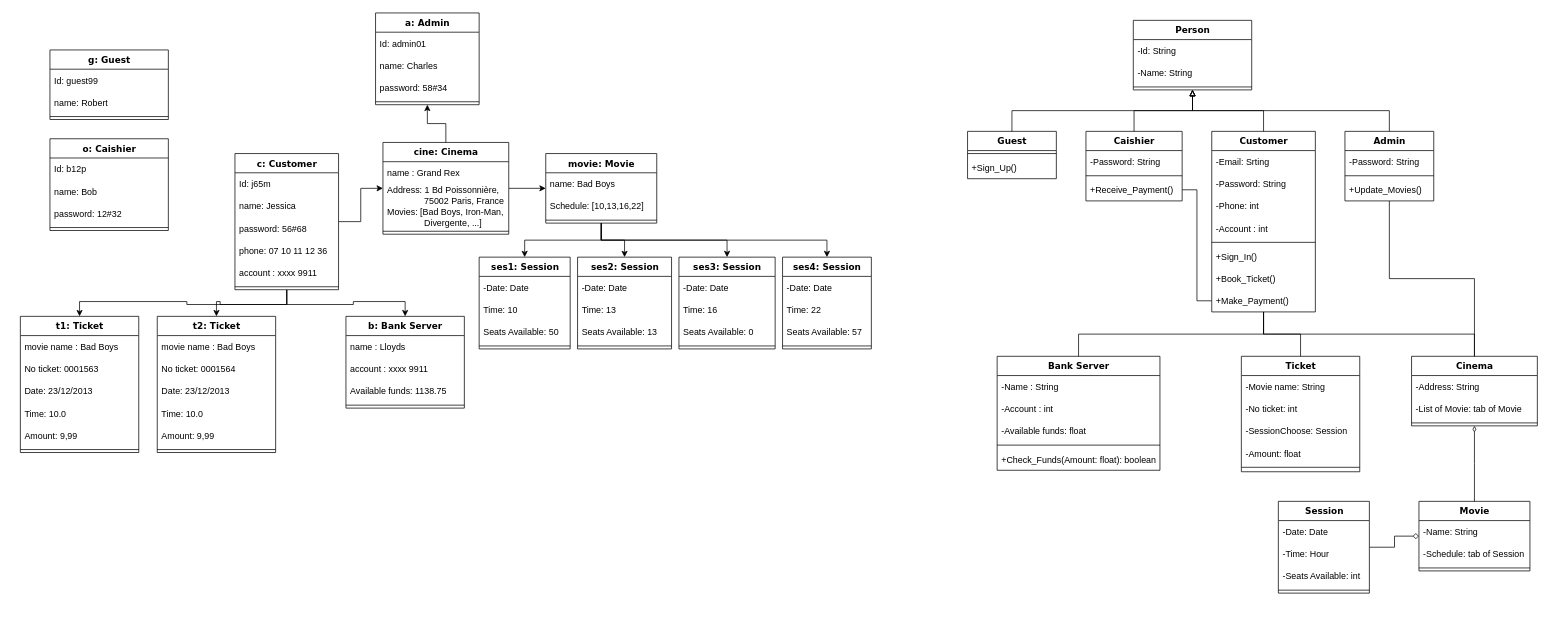
Before: Diagramme object Movie Ticket Booking System.drawio in Melydgt/Draw-io-UML-England, a draw.io diagram. Source tidied: cells renumbered, new cells numbered last; positions are measured from the earlier drawing's top-left corner, leaving out a move shared by most shapes. Both pictures are drawn from the tidied source at 74%, with x=0, y=0 at pixel (20, 13).
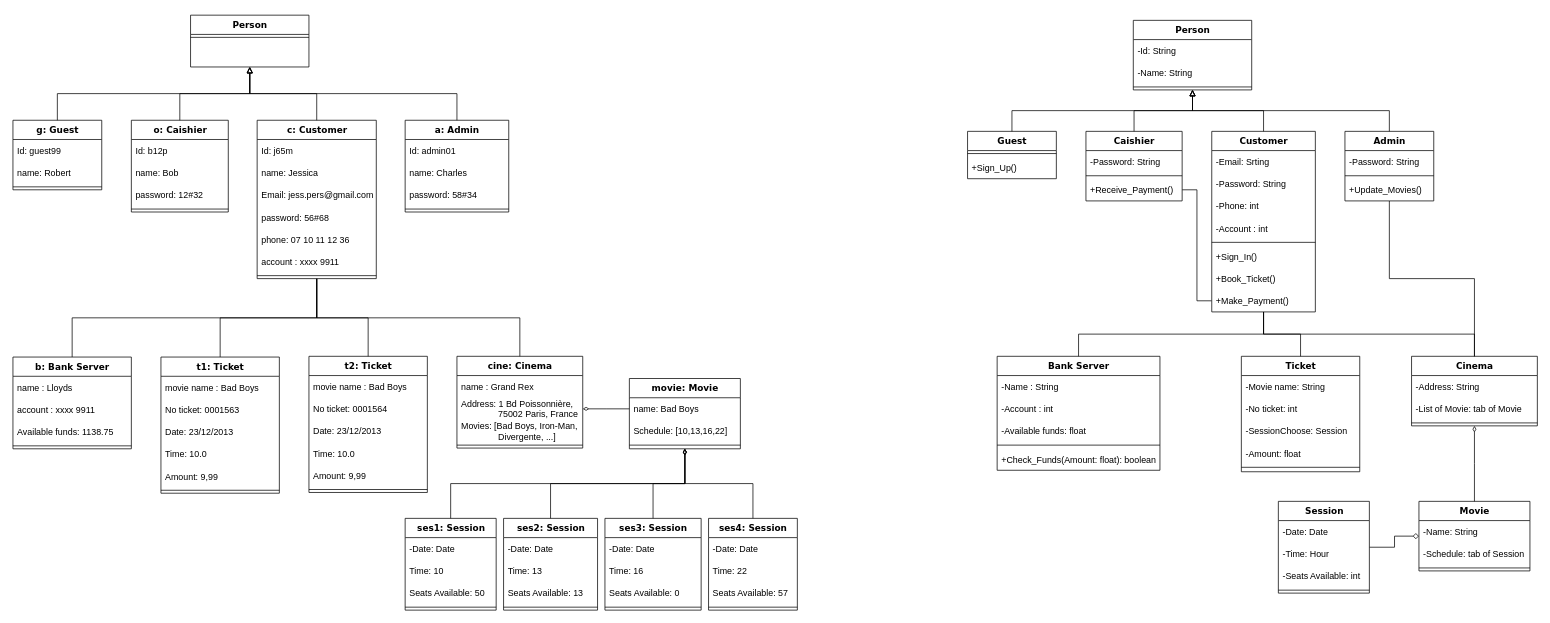
After the change.

Commit message (it also covers changes not shown here):
Mettre à jour Diagramme object Movie Ticket Booking System.drawio

Unchanged cells that the change refers to:
```xml
<mxCell id="36" value="Address: 1 Bd Poissonnière,&#10;               75002 Paris, France" style="text;strokeColor=none;fillColor=none;align=left;verticalAlign=middle;spacingLeft=4;spacingRight=4;overflow=hidden;points=[[0,0.5],[1,0.5]];portConstraint=eastwest;" parent="34" vertex="1">
  <mxGeometry y="56" width="170" height="30" as="geometry" />
</mxCell>
```

Diff of the diagram source:
```diff
@@
+    <mxCell id="141" style="edgeStyle=elbowEdgeStyle;rounded=0;jettySize=auto;elbow=vertical;html=1;endArrow=block;endFill=0;" parent="1" edge="1" source="6" target="146">
+      <mxGeometry relative="1" as="geometry" />
+    </mxCell>
+    <mxCell id="4" style="edgeStyle=elbowEdgeStyle;rounded=0;jettySize=auto;elbow=vertical;html=1;entryX=0.5;entryY=0;entryDx=0;entryDy=0;endArrow=none;endFill=0;" parent="1" edge="1" source="6" target="27">
+      <mxGeometry relative="1" as="geometry" />
+    </mxCell>
-    <mxCell id="2" style="edgeStyle=orthogonalEdgeStyle;rounded=0;jettySize=auto;html=1;exitX=0.5;exitY=1;exitDx=0;exitDy=0;" parent="1" edge="1" source="6" target="13">
+    <mxCell id="2" style="edgeStyle=elbowEdgeStyle;rounded=0;jettySize=auto;elbow=vertical;html=1;entryX=0.5;entryY=0;entryDx=0;entryDy=0;endArrow=none;endFill=0;" parent="1" edge="1" source="6" target="13">
       <mxGeometry relative="1" as="geometry" />
     </mxCell>
-    <mxCell id="3" style="edgeStyle=orthogonalEdgeStyle;rounded=0;jettySize=auto;html=1;exitX=0.5;exitY=1;exitDx=0;exitDy=0;entryX=0.5;entryY=0;entryDx=0;entryDy=0;" parent="1" edge="1" source="6" target="20">
+    <mxCell id="3" style="edgeStyle=elbowEdgeStyle;rounded=0;jettySize=auto;elbow=vertical;html=1;endArrow=none;endFill=0;" parent="1" edge="1" source="6" target="20">
       <mxGeometry relative="1" as="geometry" />
     </mxCell>
-    <mxCell id="4" style="edgeStyle=orthogonalEdgeStyle;rounded=0;jettySize=auto;html=1;exitX=0.5;exitY=1;exitDx=0;exitDy=0;entryX=0.5;entryY=0;entryDx=0;entryDy=0;" parent="1" edge="1" source="6" target="27">
-      <mxGeometry relative="1" as="geometry" />
-    </mxCell>
-    <mxCell id="5" style="edgeStyle=orthogonalEdgeStyle;rounded=0;jettySize=auto;html=1;exitX=1;exitY=0.5;exitDx=0;exitDy=0;entryX=0;entryY=0.5;entryDx=0;entryDy=0;" parent="1" edge="1" source="6" target="34">
+    <mxCell id="5" style="edgeStyle=elbowEdgeStyle;rounded=0;jettySize=auto;elbow=vertical;html=1;endArrow=none;endFill=0;" parent="1" edge="1" source="6" target="34">
       <mxGeometry relative="1" as="geometry" />
     </mxCell>
     <mxCell id="6" value="c: Customer" style="swimlane;html=1;fontStyle=1;align=center;verticalAlign=top;horizontal=1;startSize=26;swimlaneFillColor=#ffffff;rounded=0;shadow=0;comic=0;labelBackgroundColor=none;strokeWidth=1;fillColor=none;fontFamily=Verdana;fontSize=12;" parent="1" vertex="1">
-      <mxGeometry x="290" y="190" width="140" height="184" as="geometry" />
+      <mxGeometry x="320" y="145" width="161" height="214" as="geometry" />
     </mxCell>
     <mxCell id="7" value="Id: j65m" style="text;strokeColor=none;fillColor=none;align=left;verticalAlign=middle;spacingLeft=4;spacingRight=4;overflow=hidden;" parent="6" vertex="1">
-      <mxGeometry y="26" width="140" height="30" as="geometry" />
+      <mxGeometry y="26" width="161" height="30" as="geometry" />
     </mxCell>
     <mxCell id="8" value="name: Jessica" style="text;strokeColor=none;fillColor=none;align=left;verticalAlign=middle;spacingLeft=4;spacingRight=4;overflow=hidden;" parent="6" vertex="1">
-      <mxGeometry y="56" width="140" height="30" as="geometry" />
+      <mxGeometry y="56" width="161" height="30" as="geometry" />
     </mxCell>
+    <mxCell id="142" value="Email: jess.pers@gmail.com" style="text;strokeColor=none;fillColor=none;align=left;verticalAlign=middle;spacingLeft=4;spacingRight=4;overflow=hidden;" parent="6" vertex="1">
+      <mxGeometry y="86" width="161" height="30" as="geometry" />
+    </mxCell>
     <mxCell id="9" value="password: 56#68" style="text;strokeColor=none;fillColor=none;align=left;verticalAlign=middle;spacingLeft=4;spacingRight=4;overflow=hidden;" parent="6" vertex="1">
-      <mxGeometry y="86" width="140" height="30" as="geometry" />
+      <mxGeometry y="116" width="161" height="30" as="geometry" />
     </mxCell>
     <mxCell id="10" value="phone: 07 10 11 12 36" style="text;strokeColor=none;fillColor=none;align=left;verticalAlign=middle;spacingLeft=4;spacingRight=4;overflow=hidden;" parent="6" vertex="1">
-      <mxGeometry y="116" width="140" height="30" as="geometry" />
+      <mxGeometry y="146" width="161" height="30" as="geometry" />
     </mxCell>
     <mxCell id="11" value="account : xxxx 9911" style="text;strokeColor=none;fillColor=none;align=left;verticalAlign=middle;spacingLeft=4;spacingRight=4;overflow=hidden;" parent="6" vertex="1">
-      <mxGeometry y="146" width="140" height="30" as="geometry" />
+      <mxGeometry y="176" width="161" height="30" as="geometry" />
     </mxCell>
     <mxCell id="12" style="line;html=1;strokeWidth=1;fillColor=none;align=left;verticalAlign=middle;spacingTop=-1;spacingLeft=3;spacingRight=3;labelPosition=right;" parent="6" vertex="1">
-      <mxGeometry y="176" width="140" height="8" as="geometry" />
+      <mxGeometry y="206" width="161" height="8" as="geometry" />
     </mxCell>
     <mxCell id="13" value="t1: Ticket" style="swimlane;html=1;fontStyle=1;align=center;verticalAlign=top;horizontal=1;startSize=26;swimlaneFillColor=#ffffff;rounded=0;shadow=0;comic=0;labelBackgroundColor=none;strokeWidth=1;fillColor=none;fontFamily=Verdana;fontSize=12;" parent="1" vertex="1">
-      <mxGeometry y="410" width="160" height="184" as="geometry" />
+      <mxGeometry x="190" y="465" width="160" height="184" as="geometry" />
     </mxCell>
@@
     <mxCell id="20" value="t2: Ticket" style="swimlane;html=1;fontStyle=1;align=center;verticalAlign=top;horizontal=1;startSize=26;swimlaneFillColor=#ffffff;rounded=0;shadow=0;comic=0;labelBackgroundColor=none;strokeWidth=1;fillColor=none;fontFamily=Verdana;fontSize=12;" parent="1" vertex="1">
-      <mxGeometry x="185" y="410" width="160" height="184" as="geometry" />
+      <mxGeometry x="390" y="464" width="160" height="184" as="geometry" />
     </mxCell>
@@
     <mxCell id="27" value="b: Bank Server" style="swimlane;html=1;fontStyle=1;align=center;verticalAlign=top;horizontal=1;startSize=26;swimlaneFillColor=#ffffff;rounded=0;shadow=0;comic=0;labelBackgroundColor=none;strokeWidth=1;fillColor=none;fontFamily=Verdana;fontSize=12;" parent="1" vertex="1">
-      <mxGeometry x="440" y="410" width="160" height="124" as="geometry" />
+      <mxGeometry x="-10" y="465" width="160" height="124" as="geometry" />
     </mxCell>
@@
-    <mxCell id="32" style="edgeStyle=orthogonalEdgeStyle;rounded=0;jettySize=auto;html=1;exitX=1;exitY=0.5;exitDx=0;exitDy=0;entryX=0;entryY=0.5;entryDx=0;entryDy=0;" parent="1" edge="1" source="34" target="52">
-      <mxGeometry relative="1" as="geometry" />
-    </mxCell>
-    <mxCell id="33" style="edgeStyle=orthogonalEdgeStyle;rounded=0;jettySize=auto;html=1;exitX=0.5;exitY=0;exitDx=0;exitDy=0;entryX=0.5;entryY=1;entryDx=0;entryDy=0;" parent="1" edge="1" source="34" target="43">
-      <mxGeometry relative="1" as="geometry" />
-    </mxCell>
     <mxCell id="34" value="cine: Cinema" style="swimlane;html=1;fontStyle=1;align=center;verticalAlign=top;horizontal=1;startSize=26;swimlaneFillColor=#ffffff;rounded=0;shadow=0;comic=0;labelBackgroundColor=none;strokeWidth=1;fillColor=none;fontFamily=Verdana;fontSize=12;" parent="1" vertex="1">
-      <mxGeometry x="490" y="175" width="170" height="124" as="geometry" />
+      <mxGeometry x="590" y="464" width="170" height="124" as="geometry" />
     </mxCell>
@@
+    <mxCell id="143" style="edgeStyle=elbowEdgeStyle;rounded=0;jettySize=auto;elbow=vertical;html=1;endArrow=block;endFill=0;" parent="1" edge="1" source="39" target="146">
+      <mxGeometry relative="1" as="geometry" />
+    </mxCell>
     <mxCell id="39" value="g: Guest" style="swimlane;html=1;fontStyle=1;align=center;verticalAlign=top;horizontal=1;startSize=26;swimlaneFillColor=#ffffff;rounded=0;shadow=0;comic=0;labelBackgroundColor=none;strokeWidth=1;fillColor=none;fontFamily=Verdana;fontSize=12;" parent="1" vertex="1">
-      <mxGeometry x="40" y="50" width="160" height="94" as="geometry" />
+      <mxGeometry x="-10" y="145" width="120" height="94" as="geometry" />
     </mxCell>
     <mxCell id="40" value="Id: guest99" style="text;strokeColor=none;fillColor=none;align=left;verticalAlign=middle;spacingLeft=4;spacingRight=4;overflow=hidden;" parent="39" vertex="1">
-      <mxGeometry y="26" width="160" height="30" as="geometry" />
+      <mxGeometry y="26" width="120" height="30" as="geometry" />
     </mxCell>
     <mxCell id="41" value="name: Robert" style="text;strokeColor=none;fillColor=none;align=left;verticalAlign=middle;spacingLeft=4;spacingRight=4;overflow=hidden;" parent="39" vertex="1">
-      <mxGeometry y="56" width="160" height="30" as="geometry" />
+      <mxGeometry y="56" width="120" height="30" as="geometry" />
     </mxCell>
     <mxCell id="42" style="line;html=1;strokeWidth=1;fillColor=none;align=left;verticalAlign=middle;spacingTop=-1;spacingLeft=3;spacingRight=3;labelPosition=right;" parent="39" vertex="1">
-      <mxGeometry y="86" width="160" height="8" as="geometry" />
+      <mxGeometry y="86" width="120" height="8" as="geometry" />
     </mxCell>
+    <mxCell id="144" style="edgeStyle=elbowEdgeStyle;rounded=0;jettySize=auto;elbow=vertical;html=1;endArrow=block;endFill=0;" parent="1" edge="1" source="43" target="146">
+      <mxGeometry relative="1" as="geometry" />
+    </mxCell>
     <mxCell id="43" value="a: Admin" style="swimlane;html=1;fontStyle=1;align=center;verticalAlign=top;horizontal=1;startSize=26;swimlaneFillColor=#ffffff;rounded=0;shadow=0;comic=0;labelBackgroundColor=none;strokeWidth=1;fillColor=none;fontFamily=Verdana;fontSize=12;" parent="1" vertex="1">
-      <mxGeometry x="480" width="140" height="124" as="geometry" />
+      <mxGeometry x="520" y="145" width="140" height="124" as="geometry" />
     </mxCell>
@@
-    <mxCell id="48" style="edgeStyle=orthogonalEdgeStyle;rounded=0;jettySize=auto;html=1;" parent="1" edge="1" source="52" target="56">
+    <mxCell id="48" style="edgeStyle=elbowEdgeStyle;rounded=0;jettySize=auto;elbow=vertical;html=1;startArrow=diamondThin;startFill=0;endArrow=none;endFill=0;" parent="1" edge="1" source="52" target="56">
       <mxGeometry relative="1" as="geometry" />
     </mxCell>
-    <mxCell id="49" style="edgeStyle=orthogonalEdgeStyle;rounded=0;jettySize=auto;html=1;exitX=0.5;exitY=1;exitDx=0;exitDy=0;" parent="1" edge="1" source="52" target="66">
+    <mxCell id="49" style="edgeStyle=elbowEdgeStyle;rounded=0;jettySize=auto;elbow=vertical;html=1;startArrow=diamondThin;startFill=0;endArrow=none;endFill=0;" parent="1" edge="1" source="52" target="66">
       <mxGeometry relative="1" as="geometry" />
     </mxCell>
-    <mxCell id="50" style="edgeStyle=orthogonalEdgeStyle;rounded=0;jettySize=auto;html=1;exitX=0.5;exitY=1;exitDx=0;exitDy=0;" parent="1" edge="1" source="52" target="71">
+    <mxCell id="50" style="edgeStyle=elbowEdgeStyle;rounded=0;jettySize=auto;elbow=vertical;html=1;startArrow=diamondThin;startFill=0;endArrow=none;endFill=0;" parent="1" edge="1" source="52" target="71">
       <mxGeometry relative="1" as="geometry" />
     </mxCell>
-    <mxCell id="51" style="edgeStyle=orthogonalEdgeStyle;rounded=0;jettySize=auto;html=1;exitX=0.5;exitY=1;exitDx=0;exitDy=0;entryX=0.5;entryY=0;entryDx=0;entryDy=0;" parent="1" edge="1" source="52" target="76">
-      <mxGeometry relative="1" as="geometry" />
-    </mxCell>
     <mxCell id="52" value="movie: Movie" style="swimlane;html=1;fontStyle=1;align=center;verticalAlign=top;horizontal=1;startSize=26;swimlaneFillColor=#ffffff;rounded=0;shadow=0;comic=0;labelBackgroundColor=none;strokeWidth=1;fillColor=none;fontFamily=Verdana;fontSize=12;" parent="1" vertex="1">
-      <mxGeometry x="710" y="190" width="150" height="94" as="geometry" />
+      <mxGeometry x="823" y="494" width="150" height="95" as="geometry" />
     </mxCell>
@@
     <mxCell id="56" value="ses1: Session" style="swimlane;html=1;fontStyle=1;align=center;verticalAlign=top;horizontal=1;startSize=26;swimlaneFillColor=#ffffff;rounded=0;shadow=0;comic=0;labelBackgroundColor=none;strokeWidth=1;fillColor=none;fontFamily=Verdana;fontSize=12;" parent="1" vertex="1">
-      <mxGeometry x="620" y="330" width="123" height="124" as="geometry" />
+      <mxGeometry x="520" y="683" width="123" height="124" as="geometry" />
     </mxCell>
@@
+    <mxCell id="145" style="edgeStyle=elbowEdgeStyle;rounded=0;jettySize=auto;elbow=vertical;html=1;endArrow=block;endFill=0;" parent="1" edge="1" source="61" target="146">
+      <mxGeometry relative="1" as="geometry" />
+    </mxCell>
     <mxCell id="61" value="o: Caishier" style="swimlane;html=1;fontStyle=1;align=center;verticalAlign=top;horizontal=1;startSize=26;swimlaneFillColor=#ffffff;rounded=0;shadow=0;comic=0;labelBackgroundColor=none;strokeWidth=1;fillColor=none;fontFamily=Verdana;fontSize=12;" parent="1" vertex="1">
-      <mxGeometry x="40" y="170" width="160" height="124" as="geometry" />
+      <mxGeometry x="150" y="145" width="131" height="124" as="geometry" />
     </mxCell>
     <mxCell id="62" value="Id: b12p" style="text;strokeColor=none;fillColor=none;align=left;verticalAlign=middle;spacingLeft=4;spacingRight=4;overflow=hidden;" parent="61" vertex="1">
-      <mxGeometry y="26" width="160" height="30" as="geometry" />
+      <mxGeometry y="26" width="131" height="30" as="geometry" />
     </mxCell>
     <mxCell id="63" value="name: Bob" style="text;strokeColor=none;fillColor=none;align=left;verticalAlign=middle;spacingLeft=4;spacingRight=4;overflow=hidden;" parent="61" vertex="1">
-      <mxGeometry y="56" width="160" height="30" as="geometry" />
+      <mxGeometry y="56" width="131" height="30" as="geometry" />
     </mxCell>
     <mxCell id="64" value="password: 12#32" style="text;strokeColor=none;fillColor=none;align=left;verticalAlign=middle;spacingLeft=4;spacingRight=4;overflow=hidden;" parent="61" vertex="1">
-      <mxGeometry y="86" width="160" height="30" as="geometry" />
+      <mxGeometry y="86" width="131" height="30" as="geometry" />
     </mxCell>
     <mxCell id="65" style="line;html=1;strokeWidth=1;fillColor=none;align=left;verticalAlign=middle;spacingTop=-1;spacingLeft=3;spacingRight=3;labelPosition=right;" parent="61" vertex="1">
-      <mxGeometry y="116" width="160" height="8" as="geometry" />
+      <mxGeometry y="116" width="131" height="8" as="geometry" />
     </mxCell>
     <mxCell id="66" value="ses2: Session" style="swimlane;html=1;fontStyle=1;align=center;verticalAlign=top;horizontal=1;startSize=26;swimlaneFillColor=#ffffff;rounded=0;shadow=0;comic=0;labelBackgroundColor=none;strokeWidth=1;fillColor=none;fontFamily=Verdana;fontSize=12;" parent="1" vertex="1">
-      <mxGeometry x="753" y="330" width="127" height="124" as="geometry" />
+      <mxGeometry x="653" y="683" width="127" height="124" as="geometry" />
     </mxCell>
@@
     <mxCell id="71" value="ses3: Session" style="swimlane;html=1;fontStyle=1;align=center;verticalAlign=top;horizontal=1;startSize=26;swimlaneFillColor=#ffffff;rounded=0;shadow=0;comic=0;labelBackgroundColor=none;strokeWidth=1;fillColor=none;fontFamily=Verdana;fontSize=12;" parent="1" vertex="1">
-      <mxGeometry x="890" y="330" width="130" height="124" as="geometry" />
+      <mxGeometry x="790" y="683" width="130" height="124" as="geometry" />
     </mxCell>
@@
     <mxCell id="76" value="ses4: Session" style="swimlane;html=1;fontStyle=1;align=center;verticalAlign=top;horizontal=1;startSize=26;swimlaneFillColor=#ffffff;rounded=0;shadow=0;comic=0;labelBackgroundColor=none;strokeWidth=1;fillColor=none;fontFamily=Verdana;fontSize=12;" parent="1" vertex="1">
-      <mxGeometry x="1030" y="330" width="120" height="124" as="geometry" />
+      <mxGeometry x="930" y="683" width="120" height="124" as="geometry" />
     </mxCell>
@@
+    <mxCell id="146" value="Person" style="swimlane;html=1;fontStyle=1;align=center;verticalAlign=top;horizontal=1;startSize=26;swimlaneFillColor=#ffffff;rounded=0;shadow=0;comic=0;labelBackgroundColor=none;strokeWidth=1;fillColor=none;fontFamily=Verdana;fontSize=12;" parent="1" vertex="1">
+      <mxGeometry x="230" y="3" width="160" height="70" as="geometry" />
+    </mxCell>
+    <mxCell id="147" style="line;html=1;strokeWidth=1;fillColor=none;align=left;verticalAlign=middle;spacingTop=-1;spacingLeft=3;spacingRight=3;labelPosition=right;" parent="146" vertex="1">
+      <mxGeometry y="26" width="160" height="8" as="geometry" />
+    </mxCell>
+    <mxCell id="148" style="edgeStyle=elbowEdgeStyle;rounded=0;jettySize=auto;elbow=vertical;html=1;endArrow=none;endFill=0;startArrow=diamondThin;startFill=0;" parent="1" edge="1" source="36" target="52">
+      <mxGeometry relative="1" as="geometry" />
+    </mxCell>
+    <mxCell id="51" style="edgeStyle=elbowEdgeStyle;rounded=0;jettySize=auto;elbow=vertical;html=1;startArrow=diamondThin;startFill=0;endArrow=none;endFill=0;" parent="1" edge="1" source="52" target="76">
+      <mxGeometry relative="1" as="geometry" />
+    </mxCell>
```
